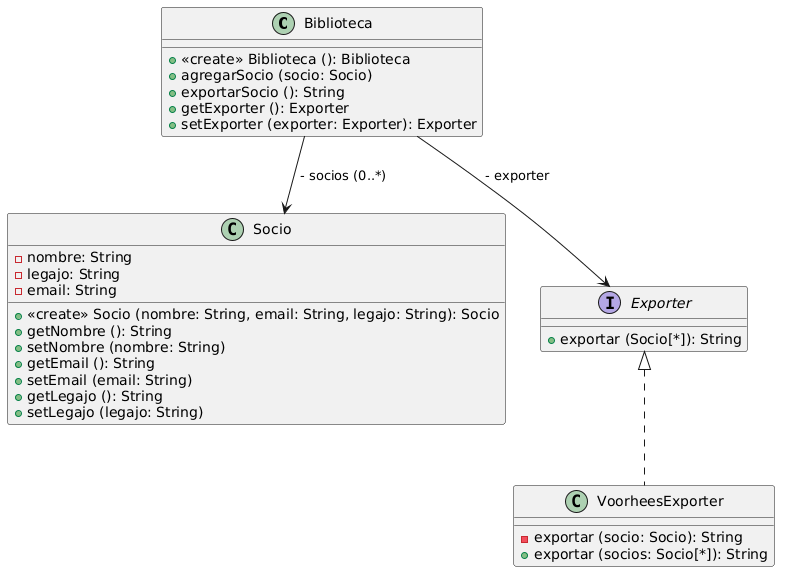
Earlier version of the PlantUML export patrones/ejercicio01a/uml-01a.png (pablocabe/orientacion-objetos-2).
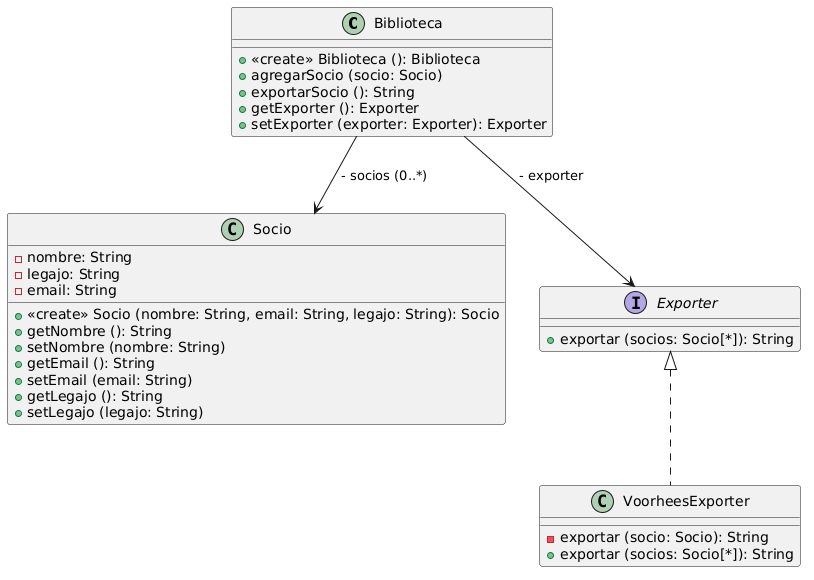
Above is the later version.

Change to the diagram source:
```diff
@@ -24,7 +24,7 @@
 
 
 interface Exporter {
-    + exportar (Socio[*]): String
+    + exportar (socios: Socio[*]): String
 }
 
 
```
